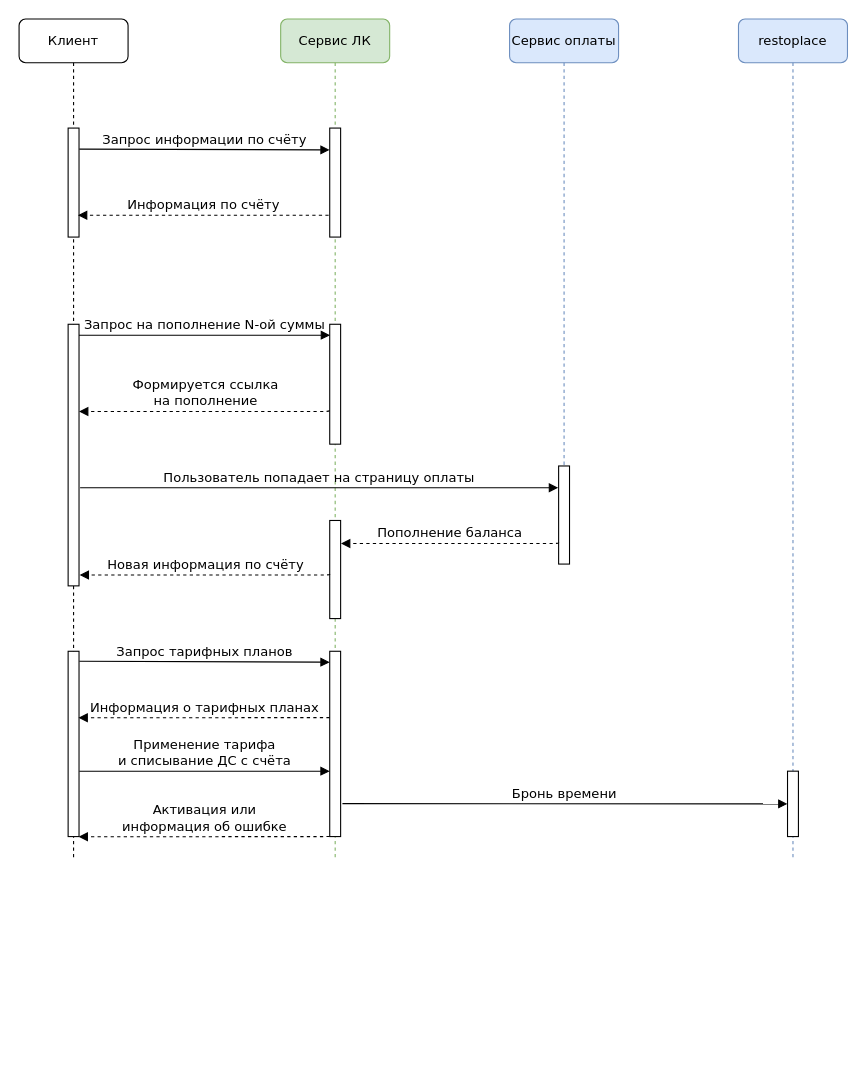
Earlier version of the draw.io diagram user-way-account.drawio (sergeyram/draw-io). Source tidied: cells renumbered, new cells numbered last; positions are measured from the earlier drawing's top-left corner, leaving out a move shared by most shapes. Both pictures are drawn from the tidied source at 109%, with x=0, y=0 at pixel (19, 19).
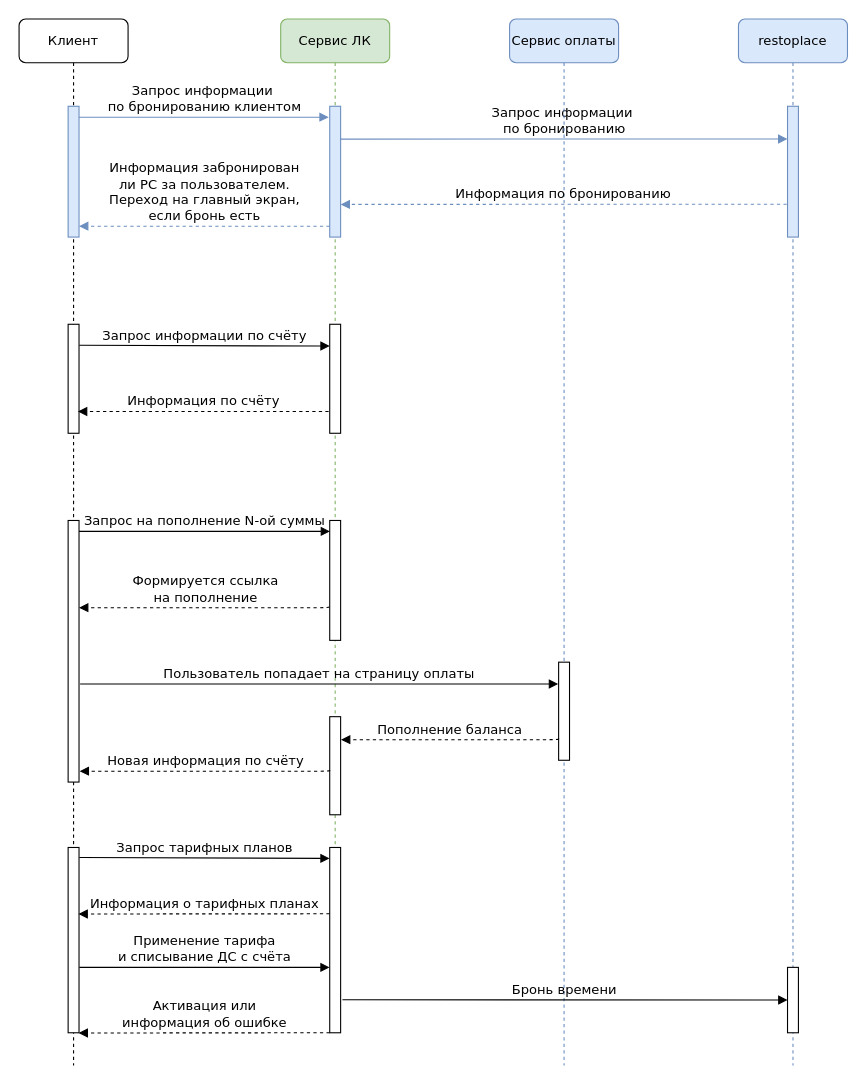
The same page after the edit.

Diff of the diagram source:
```diff
@@
-    <mxCell id="2" value="Сервис ЛК" style="shape=umlLifeline;perimeter=lifelinePerimeter;whiteSpace=wrap;html=1;rounded=1;shadow=0;comic=0;labelBackgroundColor=none;strokeWidth=1;fontFamily=Verdana;fontSize=12;align=center;fillColor=#d5e8d4;strokeColor=#82b366;" parent="1" vertex="1">
-      <mxGeometry x="240" width="100" height="770" as="geometry" />
-    </mxCell>
-    <mxCell id="3" style="html=1;perimeter=orthogonalPerimeter;rounded=0;shadow=0;comic=0;labelBackgroundColor=none;strokeWidth=1;fontFamily=Verdana;fontSize=12;align=center;" parent="2" vertex="1">
-      <mxGeometry x="45" y="100" width="10" height="100" as="geometry" />
-    </mxCell>
-    <mxCell id="4" style="html=1;points=[];perimeter=orthogonalPerimeter;rounded=0;shadow=0;comic=0;labelBackgroundColor=none;strokeWidth=1;fontFamily=Verdana;fontSize=12;align=center;" parent="2" vertex="1">
-      <mxGeometry x="45" y="280" width="10" height="110" as="geometry" />
-    </mxCell>
-    <mxCell id="5" value="Сервис оплаты" style="shape=umlLifeline;perimeter=lifelinePerimeter;whiteSpace=wrap;html=1;rounded=1;shadow=0;comic=0;labelBackgroundColor=none;strokeWidth=1;fontFamily=Verdana;fontSize=12;align=center;fillColor=#dae8fc;strokeColor=#6c8ebf;" parent="1" vertex="1">
-      <mxGeometry x="450" width="100" height="440" as="geometry" />
-    </mxCell>
     <mxCell id="6" value="Клиент" style="shape=umlLifeline;perimeter=lifelinePerimeter;whiteSpace=wrap;html=1;rounded=1;shadow=0;comic=0;labelBackgroundColor=none;strokeWidth=1;fontFamily=Verdana;fontSize=12;align=center;" parent="1" vertex="1">
-      <mxGeometry width="100" height="770" as="geometry" />
+      <mxGeometry width="100" height="960" as="geometry" />
     </mxCell>
     <mxCell id="7" style="html=1;points=[];perimeter=orthogonalPerimeter;rounded=0;shadow=0;comic=0;labelBackgroundColor=none;strokeWidth=1;fontFamily=Verdana;fontSize=12;align=center;" parent="6" vertex="1">
-      <mxGeometry x="45" y="100" width="10" height="100" as="geometry" />
+      <mxGeometry x="45" y="280" width="10" height="100" as="geometry" />
     </mxCell>
     <mxCell id="8" style="html=1;points=[];perimeter=orthogonalPerimeter;rounded=0;shadow=0;comic=0;labelBackgroundColor=none;strokeWidth=1;fontFamily=Verdana;fontSize=12;align=center;" parent="6" vertex="1">
-      <mxGeometry x="45" y="280" width="10" height="240" as="geometry" />
+      <mxGeometry x="45" y="460" width="10" height="240" as="geometry" />
     </mxCell>
     <mxCell id="9" style="html=1;points=[];perimeter=orthogonalPerimeter;rounded=0;shadow=0;comic=0;labelBackgroundColor=none;strokeWidth=1;fontFamily=Verdana;fontSize=12;align=center;" parent="6" vertex="1">
-      <mxGeometry x="45" y="580" width="10" height="170" as="geometry" />
+      <mxGeometry x="45" y="760" width="10" height="170" as="geometry" />
     </mxCell>
+    <mxCell id="2" value="Сервис ЛК" style="shape=umlLifeline;perimeter=lifelinePerimeter;whiteSpace=wrap;html=1;rounded=1;shadow=0;comic=0;labelBackgroundColor=none;strokeWidth=1;fontFamily=Verdana;fontSize=12;align=center;fillColor=#d5e8d4;strokeColor=#82b366;" parent="1" vertex="1">
+      <mxGeometry x="240" width="100" height="770" as="geometry" />
+    </mxCell>
+    <mxCell id="3" style="html=1;perimeter=orthogonalPerimeter;rounded=0;shadow=0;comic=0;labelBackgroundColor=none;strokeWidth=1;fontFamily=Verdana;fontSize=12;align=center;" parent="2" vertex="1">
+      <mxGeometry x="45" y="280" width="10" height="100" as="geometry" />
+    </mxCell>
+    <mxCell id="4" style="html=1;points=[];perimeter=orthogonalPerimeter;rounded=0;shadow=0;comic=0;labelBackgroundColor=none;strokeWidth=1;fontFamily=Verdana;fontSize=12;align=center;" parent="2" vertex="1">
+      <mxGeometry x="45" y="460" width="10" height="110" as="geometry" />
+    </mxCell>
+    <mxCell id="27" style="html=1;perimeter=orthogonalPerimeter;rounded=0;shadow=0;comic=0;labelBackgroundColor=none;strokeWidth=1;fontFamily=Verdana;fontSize=12;align=center;fillColor=#dae8fc;strokeColor=#6c8ebf;" parent="2" vertex="1">
+      <mxGeometry x="45" y="80" width="10" height="120" as="geometry" />
+    </mxCell>
+    <mxCell id="28" style="html=1;perimeter=orthogonalPerimeter;rounded=0;shadow=0;comic=0;labelBackgroundColor=none;strokeWidth=1;fontFamily=Verdana;fontSize=12;align=center;fillColor=#dae8fc;strokeColor=#6c8ebf;" parent="2" vertex="1">
+      <mxGeometry x="-195" y="80" width="10" height="120" as="geometry" />
+    </mxCell>
+    <mxCell id="29" value="&lt;div&gt;Запрос информации&amp;nbsp;&lt;/div&gt;&lt;div&gt;по бронированию клиентом&lt;br&gt;&lt;/div&gt;" style="html=1;verticalAlign=bottom;endArrow=block;labelBackgroundColor=none;fontFamily=Verdana;fontSize=12;edgeStyle=elbowEdgeStyle;elbow=vertical;exitX=1.028;exitY=0.193;exitDx=0;exitDy=0;exitPerimeter=0;entryX=-0.058;entryY=0.197;entryDx=0;entryDy=0;entryPerimeter=0;fillColor=#dae8fc;strokeColor=#6c8ebf;" parent="2" edge="1">
+      <mxGeometry relative="1" as="geometry">
+        <mxPoint x="-185" y="90" as="sourcePoint" />
+        <mxPoint x="44.1" y="90.5" as="targetPoint" />
+      </mxGeometry>
+    </mxCell>
+    <mxCell id="30" value="&lt;div&gt;Запрос информации&amp;nbsp;&lt;/div&gt;&lt;div&gt;по бронированию&lt;/div&gt;" style="html=1;verticalAlign=bottom;endArrow=block;labelBackgroundColor=none;fontFamily=Verdana;fontSize=12;edgeStyle=elbowEdgeStyle;elbow=vertical;exitX=1.028;exitY=0.193;exitDx=0;exitDy=0;exitPerimeter=0;entryX=-0.009;entryY=0.501;entryDx=0;entryDy=0;entryPerimeter=0;fillColor=#dae8fc;strokeColor=#6c8ebf;" parent="2" edge="1">
+      <mxGeometry relative="1" as="geometry">
+        <mxPoint x="55" y="110.1" as="sourcePoint" />
+        <mxPoint x="464.9" y="110.2" as="targetPoint" />
+      </mxGeometry>
+    </mxCell>
+    <mxCell id="5" value="Сервис оплаты" style="shape=umlLifeline;perimeter=lifelinePerimeter;whiteSpace=wrap;html=1;rounded=1;shadow=0;comic=0;labelBackgroundColor=none;strokeWidth=1;fontFamily=Verdana;fontSize=12;align=center;fillColor=#dae8fc;strokeColor=#6c8ebf;" parent="1" vertex="1">
+      <mxGeometry x="450" width="100" height="960" as="geometry" />
+    </mxCell>
     <mxCell id="10" value="Запрос информации по счёту" style="html=1;verticalAlign=bottom;endArrow=block;labelBackgroundColor=none;fontFamily=Verdana;fontSize=12;edgeStyle=elbowEdgeStyle;elbow=vertical;exitX=1.028;exitY=0.193;exitDx=0;exitDy=0;exitPerimeter=0;" parent="1" edge="1" source="7">
       <mxGeometry relative="1" as="geometry">
-        <mxPoint x="285" y="120" as="targetPoint" />
+        <mxPoint x="285" y="300" as="targetPoint" />
       </mxGeometry>
     </mxCell>
     <mxCell id="11" value="Пользователь попадает на страницу оплаты" style="html=1;verticalAlign=bottom;endArrow=block;labelBackgroundColor=none;fontFamily=Verdana;fontSize=12;edgeStyle=elbowEdgeStyle;elbow=vertical;entryX=-0.044;entryY=0.225;entryDx=0;entryDy=0;entryPerimeter=0;" parent="1" edge="1" target="15">
       <mxGeometry relative="1" as="geometry">
-        <mxPoint x="56" y="430" as="sourcePoint" />
+        <mxPoint x="56" y="610" as="sourcePoint" />
         <Array as="points">
-          <mxPoint x="330" y="430" />
-          <mxPoint x="440" y="340" />
-          <mxPoint x="410" y="170" />
-          <mxPoint x="370" y="270" />
+          <mxPoint x="330" y="610" />
+          <mxPoint x="440" y="520" />
+          <mxPoint x="410" y="350" />
+          <mxPoint x="370" y="450" />
         </Array>
       </mxGeometry>
     </mxCell>
     <mxCell id="12" value="Информация по счёту" style="html=1;verticalAlign=bottom;endArrow=block;labelBackgroundColor=none;fontFamily=Verdana;fontSize=12;edgeStyle=elbowEdgeStyle;elbow=vertical;dashed=1;" parent="1" edge="1">
       <mxGeometry relative="1" as="geometry">
-        <mxPoint x="284" y="180" as="sourcePoint" />
-        <mxPoint x="54" y="180" as="targetPoint" />
+        <mxPoint x="284" y="360" as="sourcePoint" />
+        <mxPoint x="54" y="360" as="targetPoint" />
         <Array as="points">
-          <mxPoint x="170" y="180" />
-          <mxPoint x="220" y="220" />
-          <mxPoint x="165" y="300.2" />
+          <mxPoint x="170" y="360" />
+          <mxPoint x="220" y="400" />
+          <mxPoint x="165" y="480.2" />
         </Array>
       </mxGeometry>
     </mxCell>
     <mxCell id="13" value="Запрос на пополнение N-ой суммы" style="html=1;verticalAlign=bottom;endArrow=block;labelBackgroundColor=none;fontFamily=Verdana;fontSize=12;edgeStyle=elbowEdgeStyle;elbow=vertical;entryX=0.033;entryY=0.091;entryDx=0;entryDy=0;entryPerimeter=0;" parent="1" edge="1" target="4">
       <mxGeometry relative="1" as="geometry">
-        <mxPoint x="55" y="290" as="sourcePoint" />
+        <mxPoint x="55" y="470" as="sourcePoint" />
         <Array as="points">
-          <mxPoint x="220" y="290" />
+          <mxPoint x="220" y="470" />
         </Array>
       </mxGeometry>
     </mxCell>
     <mxCell id="14" value="&lt;div&gt;Формируется ссылка&lt;/div&gt;&lt;div&gt;на пополнение&lt;/div&gt;" style="html=1;verticalAlign=bottom;endArrow=block;labelBackgroundColor=none;fontFamily=Verdana;fontSize=12;edgeStyle=elbowEdgeStyle;elbow=vertical;exitX=-0.048;exitY=0.718;exitDx=0;exitDy=0;exitPerimeter=0;dashed=1;" parent="1" edge="1" source="4">
       <mxGeometry relative="1" as="geometry">
-        <mxPoint x="55" y="360" as="targetPoint" />
+        <mxPoint x="55" y="540" as="targetPoint" />
         <Array as="points">
-          <mxPoint x="170" y="360" />
-          <mxPoint x="165.6" y="440.3" />
+          <mxPoint x="170" y="540" />
+          <mxPoint x="165.6" y="620.3" />
         </Array>
       </mxGeometry>
     </mxCell>
     <mxCell id="15" style="html=1;points=[];perimeter=orthogonalPerimeter;rounded=0;shadow=0;comic=0;labelBackgroundColor=none;strokeWidth=1;fontFamily=Verdana;fontSize=12;align=center;" parent="1" vertex="1">
-      <mxGeometry x="495" y="410" width="10" height="90" as="geometry" />
+      <mxGeometry x="495" y="590" width="10" height="90" as="geometry" />
     </mxCell>
     <mxCell id="16" style="html=1;points=[];perimeter=orthogonalPerimeter;rounded=0;shadow=0;comic=0;labelBackgroundColor=none;strokeWidth=1;fontFamily=Verdana;fontSize=12;align=center;" parent="1" vertex="1">
-      <mxGeometry x="285" y="460" width="10" height="90" as="geometry" />
+      <mxGeometry x="285" y="640" width="10" height="90" as="geometry" />
     </mxCell>
     <mxCell id="17" value="Пополнение баланса" style="html=1;verticalAlign=bottom;endArrow=block;labelBackgroundColor=none;fontFamily=Verdana;fontSize=12;edgeStyle=elbowEdgeStyle;elbow=vertical;exitX=-0.048;exitY=0.718;exitDx=0;exitDy=0;exitPerimeter=0;dashed=1;entryX=1.033;entryY=0.226;entryDx=0;entryDy=0;entryPerimeter=0;" parent="1" edge="1" target="16">
       <mxGeometry relative="1" as="geometry">
-        <mxPoint x="495" y="480.1" as="sourcePoint" />
+        <mxPoint x="495" y="660.1" as="sourcePoint" />
         <Array as="points">
-          <mxPoint x="380.5" y="481.1" />
-          <mxPoint x="376" y="561.4" />
+          <mxPoint x="380.5" y="661.1" />
+          <mxPoint x="376" y="741.4" />
         </Array>
       </mxGeometry>
     </mxCell>
     <mxCell id="18" value="Новая информация по счёту" style="html=1;verticalAlign=bottom;endArrow=block;labelBackgroundColor=none;fontFamily=Verdana;fontSize=12;edgeStyle=elbowEdgeStyle;elbow=vertical;dashed=1;entryX=1.057;entryY=0.956;entryDx=0;entryDy=0;entryPerimeter=0;" parent="1" edge="1" target="8">
       <mxGeometry relative="1" as="geometry">
-        <mxPoint x="285" y="509" as="sourcePoint" />
+        <mxPoint x="285" y="689" as="sourcePoint" />
         <Array as="points">
-          <mxPoint x="150" y="510" />
-          <mxPoint x="170.5" y="481" />
-          <mxPoint x="166" y="561.3" />
+          <mxPoint x="150" y="690" />
+          <mxPoint x="170.5" y="661" />
+          <mxPoint x="166" y="741.3" />
         </Array>
       </mxGeometry>
     </mxCell>
     <mxCell id="19" value="Запрос тарифных планов" style="html=1;verticalAlign=bottom;endArrow=block;labelBackgroundColor=none;fontFamily=Verdana;fontSize=12;edgeStyle=elbowEdgeStyle;elbow=vertical;exitX=1.028;exitY=0.193;exitDx=0;exitDy=0;exitPerimeter=0;" parent="1" edge="1">
       <mxGeometry relative="1" as="geometry">
-        <mxPoint x="55.3" y="589.2" as="sourcePoint" />
-        <mxPoint x="285" y="589.9" as="targetPoint" />
+        <mxPoint x="55.3" y="769.2" as="sourcePoint" />
+        <mxPoint x="285" y="769.9" as="targetPoint" />
       </mxGeometry>
     </mxCell>
     <mxCell id="20" style="html=1;points=[];perimeter=orthogonalPerimeter;rounded=0;shadow=0;comic=0;labelBackgroundColor=none;strokeWidth=1;fontFamily=Verdana;fontSize=12;align=center;" parent="1" vertex="1">
-      <mxGeometry x="285" y="580" width="10" height="170" as="geometry" />
+      <mxGeometry x="285" y="760" width="10" height="170" as="geometry" />
     </mxCell>
     <mxCell id="21" value="&lt;div&gt;Применение тарифа&lt;/div&gt;&lt;div&gt;и списывание ДС с счёта &lt;/div&gt;" style="html=1;verticalAlign=bottom;endArrow=block;labelBackgroundColor=none;fontFamily=Verdana;fontSize=12;edgeStyle=elbowEdgeStyle;elbow=vertical;exitX=1.028;exitY=0.193;exitDx=0;exitDy=0;exitPerimeter=0;" parent="1" edge="1">
       <mxGeometry relative="1" as="geometry">
-        <mxPoint x="55.3" y="690" as="sourcePoint" />
-        <mxPoint x="285" y="690.7" as="targetPoint" />
+        <mxPoint x="55.3" y="870" as="sourcePoint" />
+        <mxPoint x="285" y="870.7" as="targetPoint" />
       </mxGeometry>
     </mxCell>
     <mxCell id="22" value="Информация о тарифных планах" style="html=1;verticalAlign=bottom;endArrow=block;labelBackgroundColor=none;fontFamily=Verdana;fontSize=12;edgeStyle=elbowEdgeStyle;elbow=vertical;dashed=1;exitX=-0.006;exitY=0.358;exitDx=0;exitDy=0;exitPerimeter=0;entryX=0.95;entryY=0.359;entryDx=0;entryDy=0;entryPerimeter=0;" parent="1" edge="1" source="20" target="9">
       <mxGeometry relative="1" as="geometry">
         <Array as="points">
-          <mxPoint x="135.2" y="641" />
-          <mxPoint x="130.7" y="721.3" />
+          <mxPoint x="135.2" y="821" />
+          <mxPoint x="130.7" y="901.3" />
         </Array>
       </mxGeometry>
     </mxCell>
     <mxCell id="23" value="restoplace" style="shape=umlLifeline;perimeter=lifelinePerimeter;whiteSpace=wrap;html=1;rounded=1;shadow=0;comic=0;labelBackgroundColor=none;strokeWidth=1;fontFamily=Verdana;fontSize=12;align=center;fillColor=#dae8fc;strokeColor=#6c8ebf;" parent="1" vertex="1">
-      <mxGeometry x="660" width="100" height="770" as="geometry" />
+      <mxGeometry x="660" width="100" height="960" as="geometry" />
     </mxCell>
     <mxCell id="24" style="html=1;perimeter=orthogonalPerimeter;rounded=0;shadow=0;comic=0;labelBackgroundColor=none;strokeWidth=1;fontFamily=Verdana;fontSize=12;align=center;" parent="23" vertex="1">
-      <mxGeometry x="45" y="690" width="10" height="60" as="geometry" />
+      <mxGeometry x="45" y="870" width="10" height="60" as="geometry" />
     </mxCell>
+    <mxCell id="31" style="html=1;points=[];perimeter=orthogonalPerimeter;rounded=0;shadow=0;comic=0;labelBackgroundColor=none;strokeWidth=1;fontFamily=Verdana;fontSize=12;align=center;fillColor=#dae8fc;strokeColor=#6c8ebf;" parent="23" vertex="1">
+      <mxGeometry x="45" y="80" width="10" height="120" as="geometry" />
+    </mxCell>
     <mxCell id="25" value="Бронь времени" style="html=1;verticalAlign=bottom;endArrow=block;labelBackgroundColor=none;fontFamily=Verdana;fontSize=12;edgeStyle=elbowEdgeStyle;elbow=vertical;exitX=1.167;exitY=0.822;exitDx=0;exitDy=0;exitPerimeter=0;" parent="1" edge="1" source="20">
       <mxGeometry relative="1" as="geometry">
-        <mxPoint x="705" y="720" as="targetPoint" />
+        <mxPoint x="705" y="900" as="targetPoint" />
         <Array as="points">
-          <mxPoint x="540" y="720" />
+          <mxPoint x="540" y="900" />
         </Array>
       </mxGeometry>
     </mxCell>
     <mxCell id="26" value="&lt;div&gt;Активация или&lt;/div&gt;&lt;div&gt;информация об ошибке&lt;br&gt;&lt;/div&gt;" style="html=1;verticalAlign=bottom;endArrow=block;labelBackgroundColor=none;fontFamily=Verdana;fontSize=12;edgeStyle=elbowEdgeStyle;elbow=vertical;dashed=1;exitX=-0.006;exitY=0.358;exitDx=0;exitDy=0;exitPerimeter=0;entryX=0.95;entryY=0.359;entryDx=0;entryDy=0;entryPerimeter=0;" parent="1" edge="1">
       <mxGeometry relative="1" as="geometry">
-        <mxPoint x="285" y="750" as="sourcePoint" />
-        <mxPoint x="54.6" y="750.2" as="targetPoint" />
+        <mxPoint x="285" y="930" as="sourcePoint" />
+        <mxPoint x="54.6" y="930.2" as="targetPoint" />
         <Array as="points">
-          <mxPoint x="135.2" y="750.2" />
-          <mxPoint x="130.8" y="830.5" />
+          <mxPoint x="135.2" y="930.2" />
+          <mxPoint x="130.8" y="1010.5" />
         </Array>
       </mxGeometry>
     </mxCell>
+    <mxCell id="32" value="&lt;div&gt;Информация забронирован&lt;/div&gt;&lt;div&gt;ли PC за пользователем.&lt;/div&gt;&lt;div&gt;Переход на главный экран,&lt;/div&gt;&lt;div&gt;если бронь есть&lt;br&gt;&lt;/div&gt;" style="html=1;verticalAlign=bottom;endArrow=block;labelBackgroundColor=none;fontFamily=Verdana;fontSize=12;edgeStyle=elbowEdgeStyle;elbow=vertical;dashed=1;fillColor=#dae8fc;strokeColor=#6c8ebf;" parent="1" edge="1">
+      <mxGeometry relative="1" as="geometry">
+        <mxPoint x="285" y="190" as="sourcePoint" />
+        <mxPoint x="55" y="190" as="targetPoint" />
+        <Array as="points">
+          <mxPoint x="171" y="190" />
+          <mxPoint x="221" y="230" />
+          <mxPoint x="166" y="310.2" />
+        </Array>
+      </mxGeometry>
+    </mxCell>
+    <mxCell id="33" value="&lt;div&gt;Информация по бронированию&lt;/div&gt;" style="html=1;verticalAlign=bottom;endArrow=block;labelBackgroundColor=none;fontFamily=Verdana;fontSize=12;edgeStyle=elbowEdgeStyle;elbow=vertical;dashed=1;fillColor=#dae8fc;strokeColor=#6c8ebf;exitX=-0.072;exitY=0.749;exitDx=0;exitDy=0;exitPerimeter=0;" parent="1" edge="1" source="31">
+      <mxGeometry relative="1" as="geometry">
+        <mxPoint x="295" y="170" as="targetPoint" />
+        <Array as="points">
+          <mxPoint x="411" y="170" />
+          <mxPoint x="461" y="210" />
+          <mxPoint x="406" y="290.2" />
+        </Array>
+      </mxGeometry>
+    </mxCell>
```
